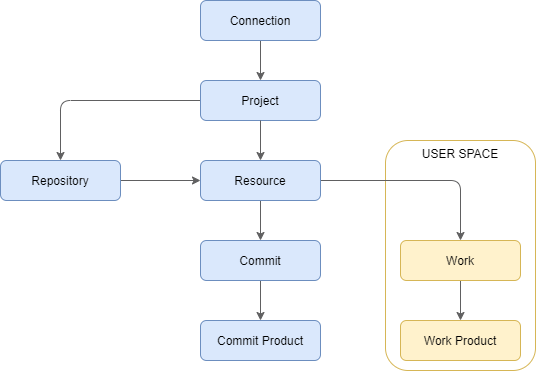
This is docs/pulse_objects.png from dddjef/pulse, a draw.io export, as it was before one commit. Source tidied: cells renumbered, new cells last; positions are measured from the earlier drawing's top-left corner, leaving out a move shared by most shapes.
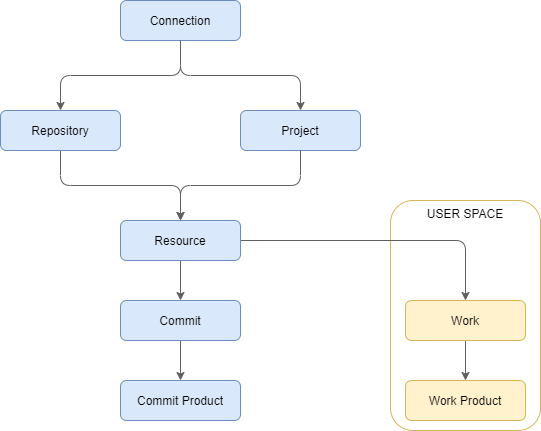
After the change.

The edit, as a diff of the source:
```diff
@@ -3,19 +3,19 @@
     <mxCell id="0" />
     <mxCell id="1" parent="0" />
     <mxCell id="2" value="USER SPACE" style="rounded=1;whiteSpace=wrap;html=1;verticalAlign=top;fillColor=#ffffff;strokeColor=#d6b656;" parent="1" vertex="1">
-      <mxGeometry x="385" y="140" width="150" height="230" as="geometry" />
+      <mxGeometry x="470" y="140" width="150" height="230" as="geometry" />
     </mxCell>
-    <mxCell id="3" style="edgeStyle=orthogonalEdgeStyle;rounded=1;jettySize=auto;html=1;fillColor=#dae8fc;strokeColor=#606061;" parent="1" edge="1" source="4" target="6">
+    <mxCell id="3" style="edgeStyle=orthogonalEdgeStyle;rounded=1;jettySize=auto;html=1;fillColor=#dae8fc;strokeColor=#606061;exitX=0.5;exitY=1;exitDx=0;exitDy=0;" parent="1" edge="1" source="4" target="6">
       <mxGeometry relative="1" as="geometry" />
     </mxCell>
     <mxCell id="4" value="Connection" style="rounded=1;whiteSpace=wrap;html=1;fillColor=#dae8fc;strokeColor=#6c8ebf;" parent="1" vertex="1">
-      <mxGeometry x="200" width="120" height="40" as="geometry" />
+      <mxGeometry x="200" y="-60" width="120" height="40" as="geometry" />
     </mxCell>
-    <mxCell id="5" style="edgeStyle=orthogonalEdgeStyle;rounded=1;jettySize=auto;html=1;fillColor=#dae8fc;strokeColor=#606061;" parent="1" edge="1" source="6" target="9">
+    <mxCell id="5" style="edgeStyle=orthogonalEdgeStyle;rounded=1;jettySize=auto;html=1;fillColor=#dae8fc;strokeColor=#606061;exitX=0.5;exitY=1;exitDx=0;exitDy=0;" parent="1" edge="1" source="4" target="9">
       <mxGeometry relative="1" as="geometry" />
     </mxCell>
     <mxCell id="6" value="Project" style="rounded=1;whiteSpace=wrap;html=1;fillColor=#dae8fc;strokeColor=#6c8ebf;" parent="1" vertex="1">
-      <mxGeometry x="200" y="80" width="120" height="40" as="geometry" />
+      <mxGeometry x="320" y="50" width="120" height="40" as="geometry" />
     </mxCell>
     <mxCell id="7" style="edgeStyle=orthogonalEdgeStyle;rounded=1;jettySize=auto;html=1;fillColor=#dae8fc;strokeColor=#606061;" parent="1" edge="1" source="6" target="12">
       <mxGeometry relative="1" as="geometry" />
@@ -24,7 +24,7 @@
       <mxGeometry relative="1" as="geometry" />
     </mxCell>
     <mxCell id="9" value="Repository" style="rounded=1;whiteSpace=wrap;html=1;fillColor=#dae8fc;strokeColor=#6c8ebf;" parent="1" vertex="1">
-      <mxGeometry y="160" width="120" height="40" as="geometry" />
+      <mxGeometry x="80" y="50" width="120" height="40" as="geometry" />
     </mxCell>
     <mxCell id="10" style="edgeStyle=orthogonalEdgeStyle;rounded=1;jettySize=auto;html=1;fillColor=#dae8fc;strokeColor=#606061;" parent="1" edge="1" source="12" target="14">
       <mxGeometry relative="1" as="geometry" />
@@ -45,10 +45,10 @@
       <mxGeometry relative="1" as="geometry" />
     </mxCell>
     <mxCell id="16" value="Work" style="rounded=1;whiteSpace=wrap;html=1;fillColor=#fff2cc;strokeColor=#d6b656;" parent="1" vertex="1">
-      <mxGeometry x="400" y="240" width="120" height="40" as="geometry" />
+      <mxGeometry x="485" y="240" width="120" height="40" as="geometry" />
     </mxCell>
     <mxCell id="17" value="Work Product" style="rounded=1;whiteSpace=wrap;html=1;fillColor=#fff2cc;strokeColor=#d6b656;" parent="1" vertex="1">
-      <mxGeometry x="400" y="320" width="120" height="40" as="geometry" />
+      <mxGeometry x="485" y="320" width="120" height="40" as="geometry" />
     </mxCell>
     <mxCell id="18" value="Commit Product" style="rounded=1;whiteSpace=wrap;html=1;fillColor=#dae8fc;strokeColor=#6c8ebf;" parent="1" vertex="1">
       <mxGeometry x="200" y="320" width="120" height="40" as="geometry" />
```
